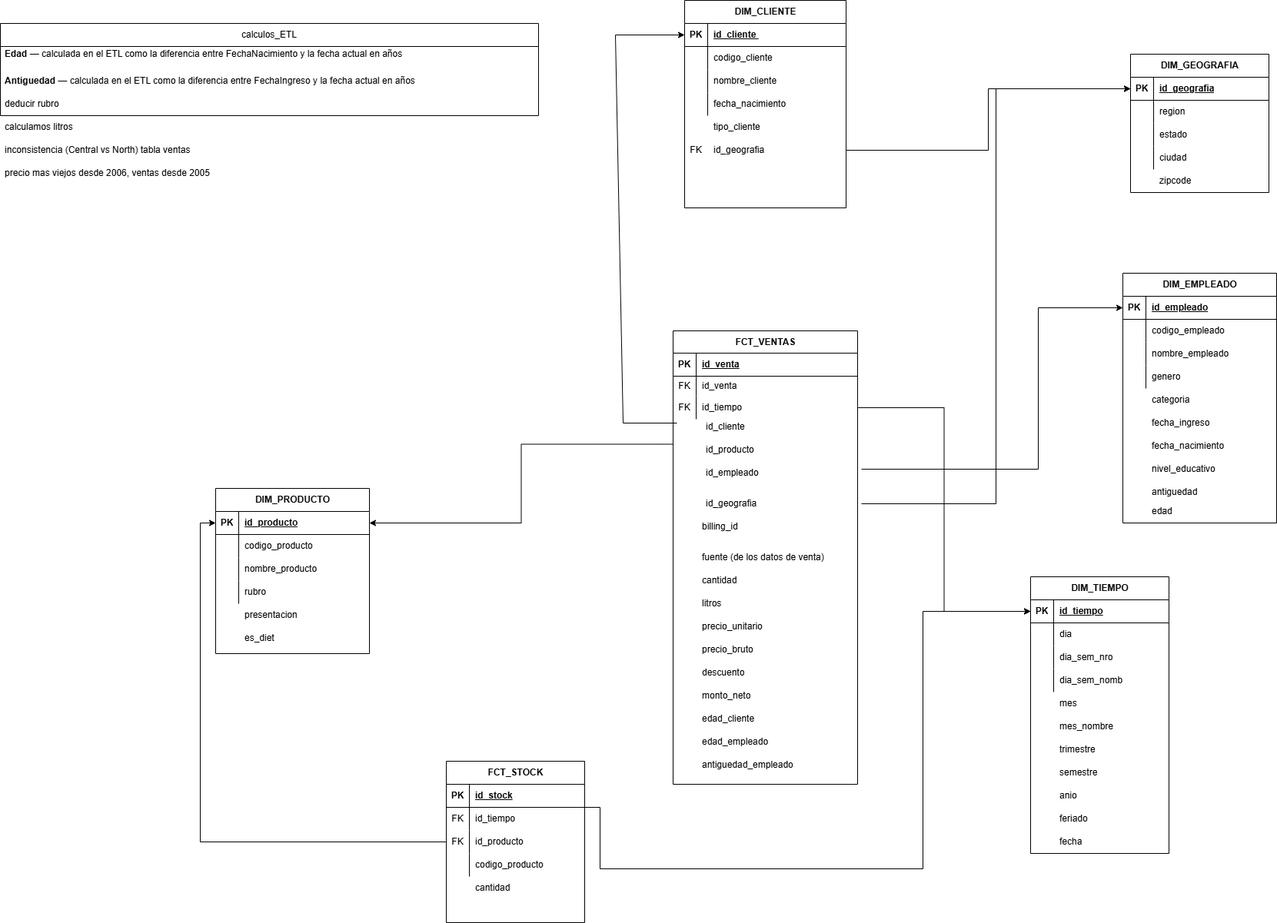
Earlier version of the draw.io export TP/TP_BD2.drawio.png (Ftedp/BBDD2-TUIA). Source tidied: cells renumbered, new cells last; positions are measured from the earlier drawing's top-left corner, leaving out a move shared by most shapes.
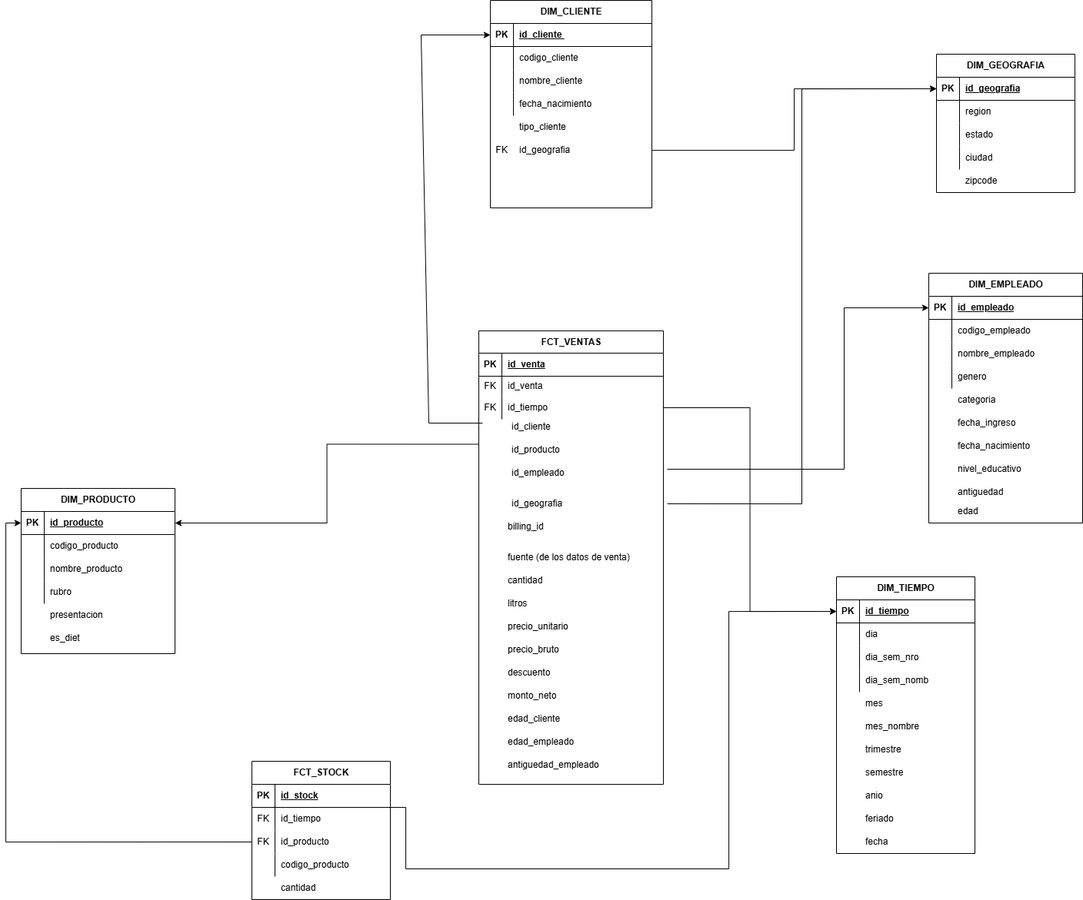
After the commit.

Change to the diagram source:
```diff
@@ -231,7 +231,7 @@
       <mxGeometry x="30" width="150" height="30" as="geometry" />
     </mxCell>
     <mxCell id="78" value="FCT_STOCK" style="shape=table;startSize=30;rowLines=0;fontStyle=1;align=center;html=1;" parent="1" vertex="1">
-      <mxGeometry x="580" y="990" width="180" height="210" as="geometry" />
+      <mxGeometry x="580" y="990" width="180" height="180" as="geometry" />
     </mxCell>
     <mxCell id="79" style="shape=tableRow;horizontal=0;startSize=0;swimlaneHead=0;swimlaneBody=0;fillColor=none;top=0;left=0;right=0;bottom=1;" parent="78" vertex="1">
       <mxGeometry y="30" width="180" height="30" as="geometry" />
@@ -332,18 +332,6 @@
     <mxCell id="111" value="antiguedad" style="shape=partialRectangle;fillColor=none;top=0;left=0;bottom=0;right=0;align=left;spacingLeft=6;overflow=hidden;whiteSpace=wrap;html=1;" parent="1" vertex="1">
       <mxGeometry x="1490" y="625" width="170" height="30" as="geometry" />
     </mxCell>
-    <mxCell id="112" value="calculos_ETL" style="swimlane;fontStyle=0;horizontal=1;startSize=30;whiteSpace=wrap;html=1;" parent="1" vertex="1">
-      <mxGeometry y="30" width="700" height="120" as="geometry" />
-    </mxCell>
-    <mxCell id="113" value="&lt;li class=&quot;whitespace-normal break-words pl-2&quot;&gt;&lt;strong&gt;Edad&lt;/strong&gt; — calculada en el ETL como la diferencia entre FechaNacimiento y la fecha actual en años&lt;/li&gt;&lt;br/&gt;&lt;li class=&quot;whitespace-normal break-words pl-2&quot;&gt;&lt;strong&gt;Antiguedad&lt;/strong&gt; — calculada en el ETL como la diferencia entre FechaIngreso y la fecha actual en años&lt;/li&gt;" style="text;strokeColor=none;fillColor=none;align=left;verticalAlign=middle;spacingLeft=4;spacingRight=4;overflow=hidden;whiteSpace=wrap;html=1;" parent="112" vertex="1">
-      <mxGeometry y="30" width="700" height="30" as="geometry" />
-    </mxCell>
-    <mxCell id="114" value="&lt;strong&gt;Antiguedad&lt;/strong&gt; — calculada en el ETL como la diferencia entre FechaIngreso y la fecha actual en años" style="text;strokeColor=none;fillColor=none;align=left;verticalAlign=middle;spacingLeft=4;spacingRight=4;overflow=hidden;whiteSpace=wrap;html=1;" parent="112" vertex="1">
-      <mxGeometry y="60" width="700" height="30" as="geometry" />
-    </mxCell>
-    <mxCell id="115" value="deducir rubro" style="text;strokeColor=none;fillColor=none;align=left;verticalAlign=middle;spacingLeft=4;spacingRight=4;overflow=hidden;whiteSpace=wrap;html=1;" parent="112" vertex="1">
-      <mxGeometry y="90" width="700" height="30" as="geometry" />
-    </mxCell>
     <mxCell id="116" style="shape=tableRow;horizontal=0;startSize=0;swimlaneHead=0;swimlaneBody=0;fillColor=none;top=0;left=0;right=0;bottom=0;" parent="1" vertex="1">
       <mxGeometry x="910" y="510" width="240" height="30" as="geometry" />
     </mxCell>
@@ -451,17 +439,8 @@
     <mxCell id="144" value="edad" style="shape=partialRectangle;fillColor=none;top=0;left=0;bottom=0;right=0;align=left;spacingLeft=6;overflow=hidden;whiteSpace=wrap;html=1;" parent="1" vertex="1">
       <mxGeometry x="1490" y="650" width="170" height="30" as="geometry" />
     </mxCell>
-    <mxCell id="145" value="calculamos litros" style="text;strokeColor=none;fillColor=none;align=left;verticalAlign=middle;spacingLeft=4;spacingRight=4;overflow=hidden;whiteSpace=wrap;html=1;" parent="1" vertex="1">
-      <mxGeometry y="150" width="700" height="30" as="geometry" />
-    </mxCell>
     <mxCell id="146" value="&lt;div&gt;es_diet&lt;/div&gt;" style="shape=partialRectangle;fillColor=none;top=0;left=0;bottom=0;right=0;align=left;spacingLeft=6;overflow=hidden;whiteSpace=wrap;html=1;" parent="1" vertex="1">
       <mxGeometry x="310" y="815" width="170" height="30" as="geometry" />
     </mxCell>
-    <mxCell id="147" value="inconsistencia (Central vs North) tabla ventas" style="text;strokeColor=none;fillColor=none;align=left;verticalAlign=middle;spacingLeft=4;spacingRight=4;overflow=hidden;whiteSpace=wrap;html=1;" parent="1" vertex="1">
-      <mxGeometry y="180" width="700" height="30" as="geometry" />
-    </mxCell>
-    <mxCell id="148" value="precio mas viejos desde 2006, ventas desde 2005" style="text;strokeColor=none;fillColor=none;align=left;verticalAlign=middle;spacingLeft=4;spacingRight=4;overflow=hidden;whiteSpace=wrap;html=1;" parent="1" vertex="1">
-      <mxGeometry y="210" width="700" height="30" as="geometry" />
-    </mxCell>
   </root>
 </mxGraphModel>
```
